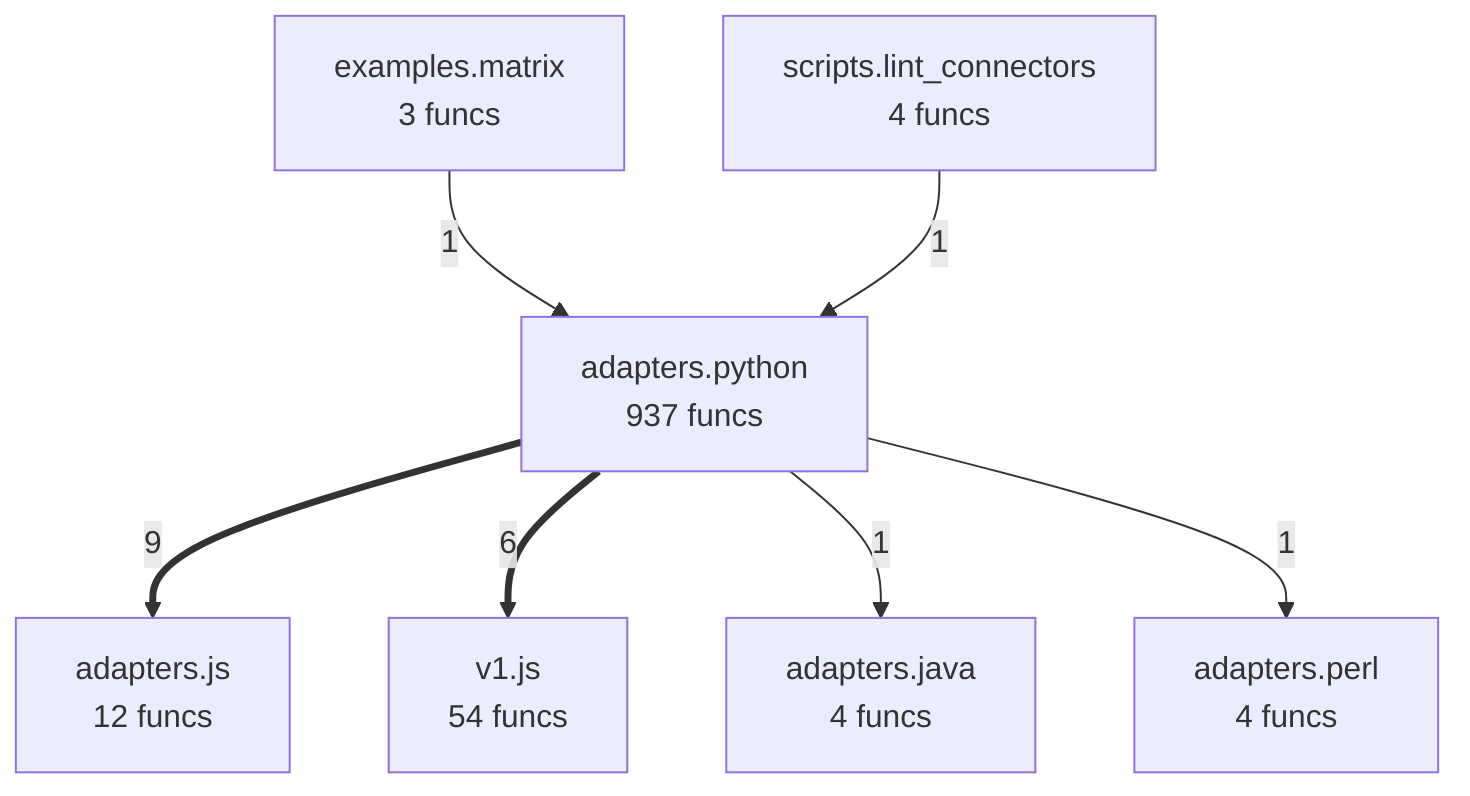
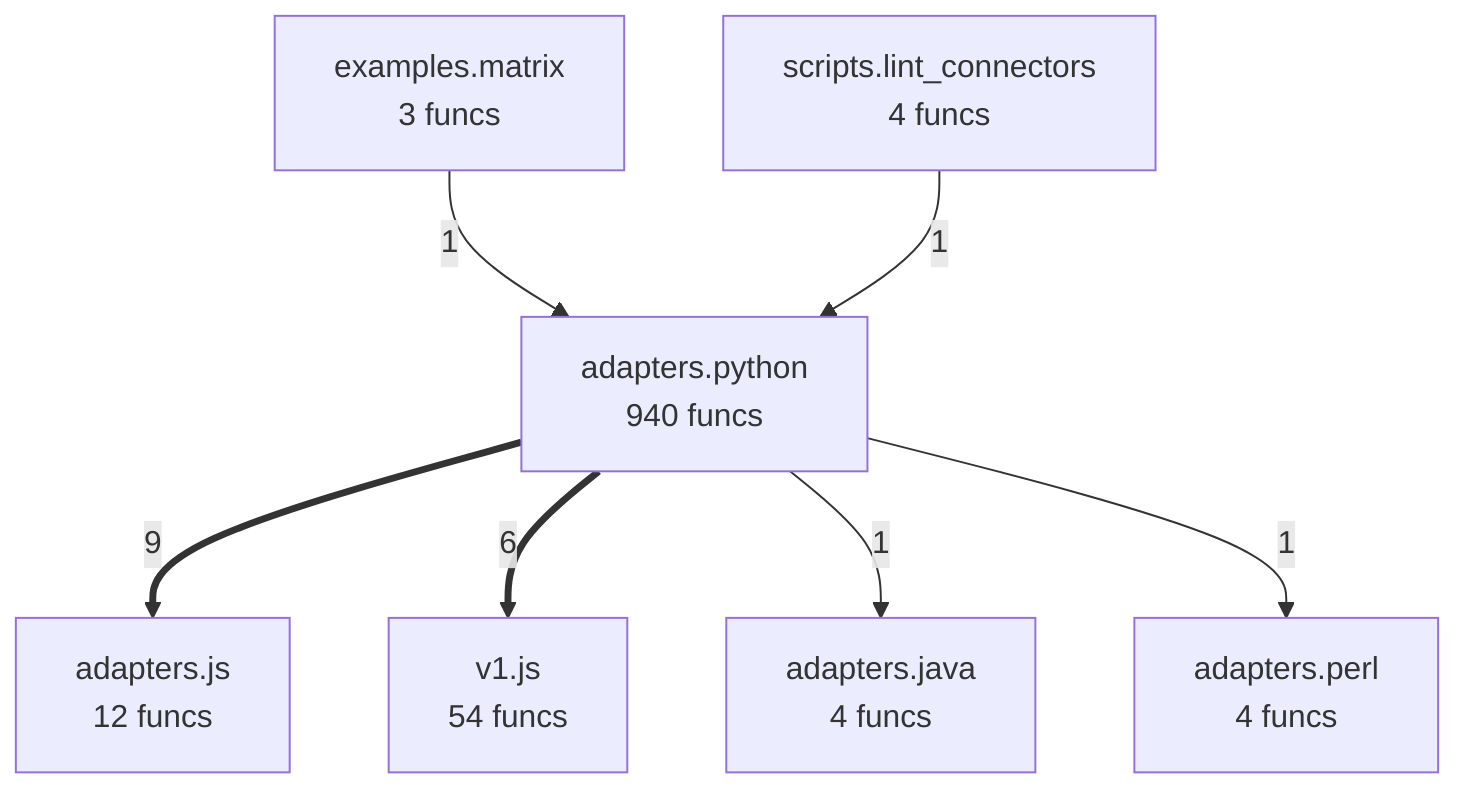
flowchart TD
%% generated in 0.02s
    adapters__java["adapters.java<br/>4 funcs"]
    adapters__js["adapters.js<br/>12 funcs"]
    adapters__perl["adapters.perl<br/>4 funcs"]
-     adapters__python["adapters.python<br/>937 funcs"]
+     adapters__python["adapters.python<br/>940 funcs"]
    examples__matrix["examples.matrix<br/>3 funcs"]
    scripts__lint_connectors["scripts.lint_connectors<br/>4 funcs"]
    v1__js["v1.js<br/>54 funcs"]
    adapters__python ==>|9| adapters__js
    adapters__python ==>|6| v1__js
    examples__matrix -->|1| adapters__python
    scripts__lint_connectors -->|1| adapters__python
    adapters__python -->|1| adapters__java
    adapters__python -->|1| adapters__perl
